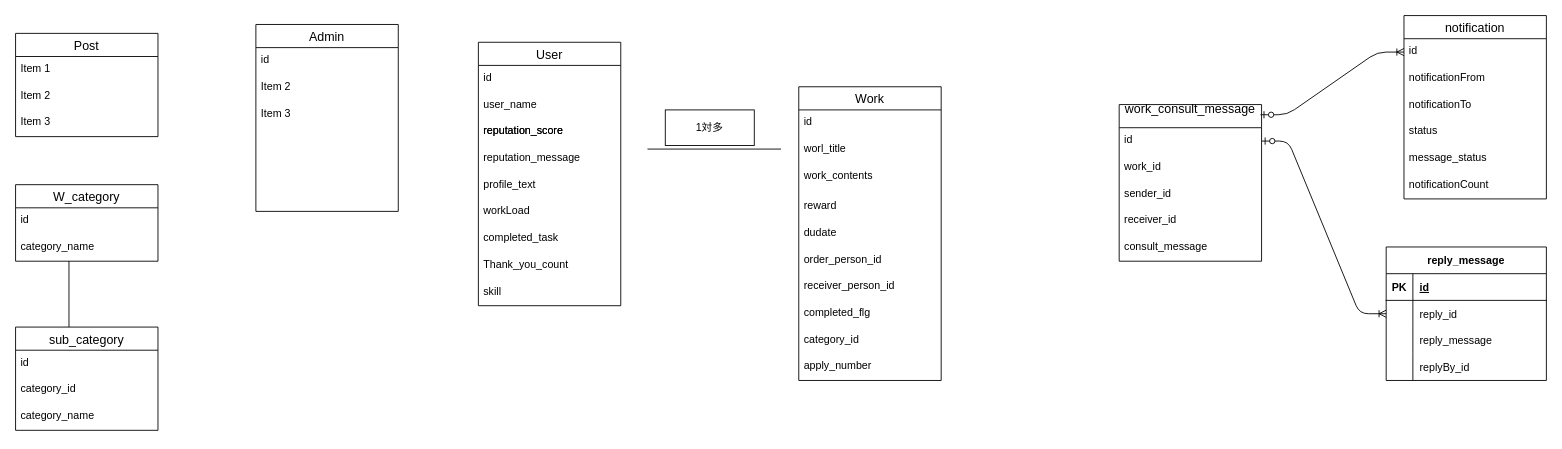
This is db.dio from shotaPro/WorkApp, a draw.io file, before an edit. Source tidied: cells renumbered, new cells numbered last; positions are measured from the earlier drawing's top-left corner, leaving out a move shared by most shapes. Both pictures are drawn from the tidied source at 89%, with x=0, y=0 at pixel (15, 15).
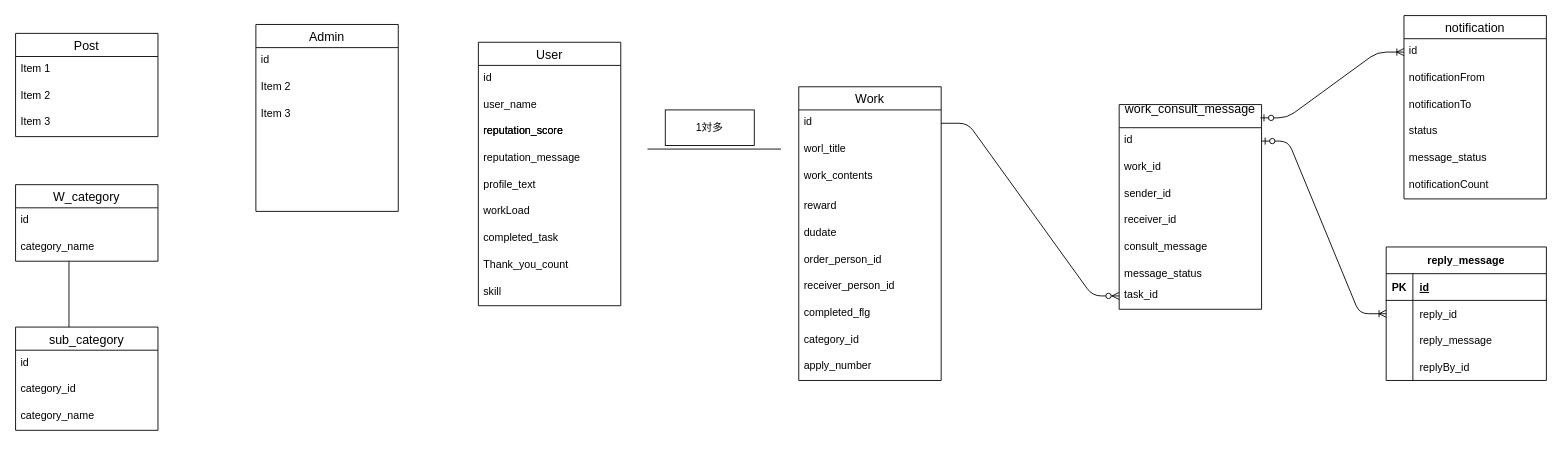
The same page after the edit.

Unchanged cells that the change refers to:
```xml
<mxCell id="14" value="id" style="text;strokeColor=none;fillColor=none;spacingLeft=4;spacingRight=4;overflow=hidden;points=[[0,0.5],[1,0.5]];portConstraint=eastwest;fontSize=12;" parent="13" vertex="1">
  <mxGeometry y="26" width="160" height="30" as="geometry" />
</mxCell>
```

What changed in the source:
```diff
@@
     <mxCell id="42" value="work_consult_message&#10;" style="swimlane;fontStyle=0;horizontal=1;startSize=26;align=center;fontSize=14;" parent="1" vertex="1">
-      <mxGeometry x="1240" y="100" width="160" height="176" as="geometry" />
+      <mxGeometry x="1240" y="100" width="160" height="230" as="geometry" />
     </mxCell>
@@
+    <mxCell id="70" value="message_status" style="text;strokeColor=none;fillColor=none;spacingLeft=4;spacingRight=4;overflow=hidden;fontSize=12;" parent="42" vertex="1">
+      <mxGeometry y="176" width="160" height="24" as="geometry" />
+    </mxCell>
+    <mxCell id="71" value="task_id" style="text;strokeColor=none;fillColor=none;spacingLeft=4;spacingRight=4;overflow=hidden;points=[[0,0.5],[1,0.5]];portConstraint=eastwest;fontSize=12;" parent="42" vertex="1">
+      <mxGeometry y="200" width="160" height="30" as="geometry" />
+    </mxCell>
@@
+    <mxCell id="72" style="edgeStyle=entityRelationEdgeStyle;fontSize=12;html=1;endArrow=ERzeroToMany;endFill=1;exitX=1;exitY=0.5;exitDx=0;exitDy=0;entryX=0;entryY=0.5;entryDx=0;entryDy=0;" parent="1" edge="1" source="14" target="71">
+      <mxGeometry relative="1" as="geometry" />
+    </mxCell>
```
